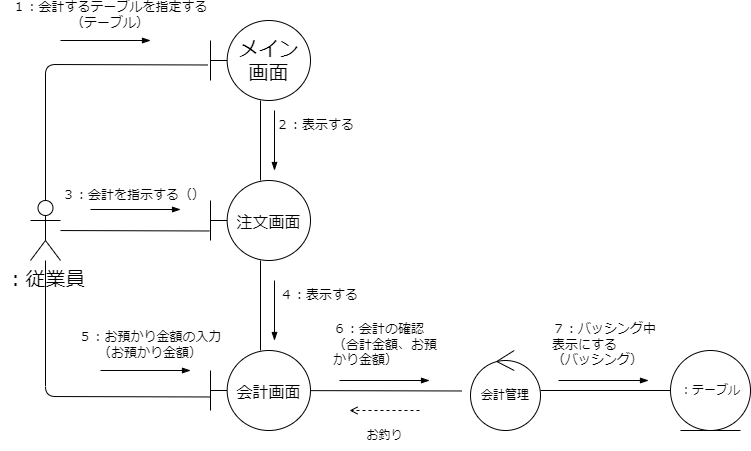
Above: psp4/コミュニケーション図/コミュニケーション図_会計.drawio.png in MasakiHiguchi/--- (draw.io), before the change. Source tidied: cells renumbered, new cells last; positions are measured from the earlier drawing's top-left corner, leaving out a move shared by most shapes.
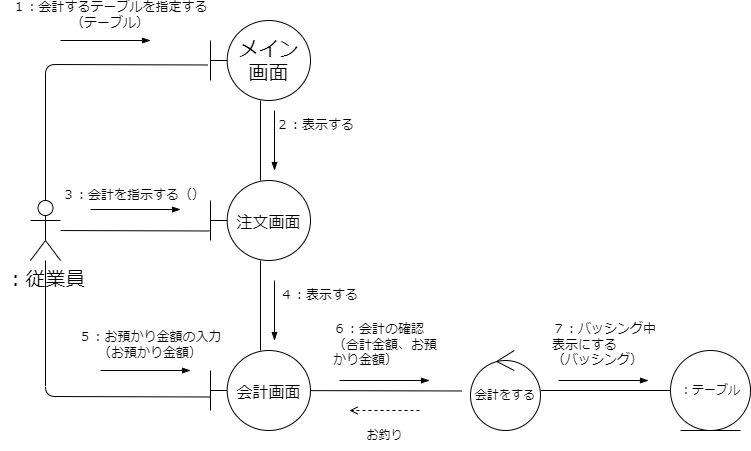
After the commit.

What changed in the source:
```diff
@@ -88,7 +88,7 @@
     <mxCell id="22" style="edgeStyle=none;html=1;entryX=0;entryY=0.5;entryDx=0;entryDy=0;endArrow=none;endFill=0;" parent="1" edge="1" source="23" target="24">
       <mxGeometry relative="1" as="geometry" />
     </mxCell>
-    <mxCell id="23" value="会計管理" style="ellipse;shape=umlControl;whiteSpace=wrap;html=1;" parent="1" vertex="1">
+    <mxCell id="23" value="会計をする" style="ellipse;shape=umlControl;whiteSpace=wrap;html=1;" parent="1" vertex="1">
       <mxGeometry x="470" y="350" width="70" height="80" as="geometry" />
     </mxCell>
     <mxCell id="24" value="：テーブル" style="ellipse;shape=umlEntity;whiteSpace=wrap;html=1;" parent="1" vertex="1">
```
